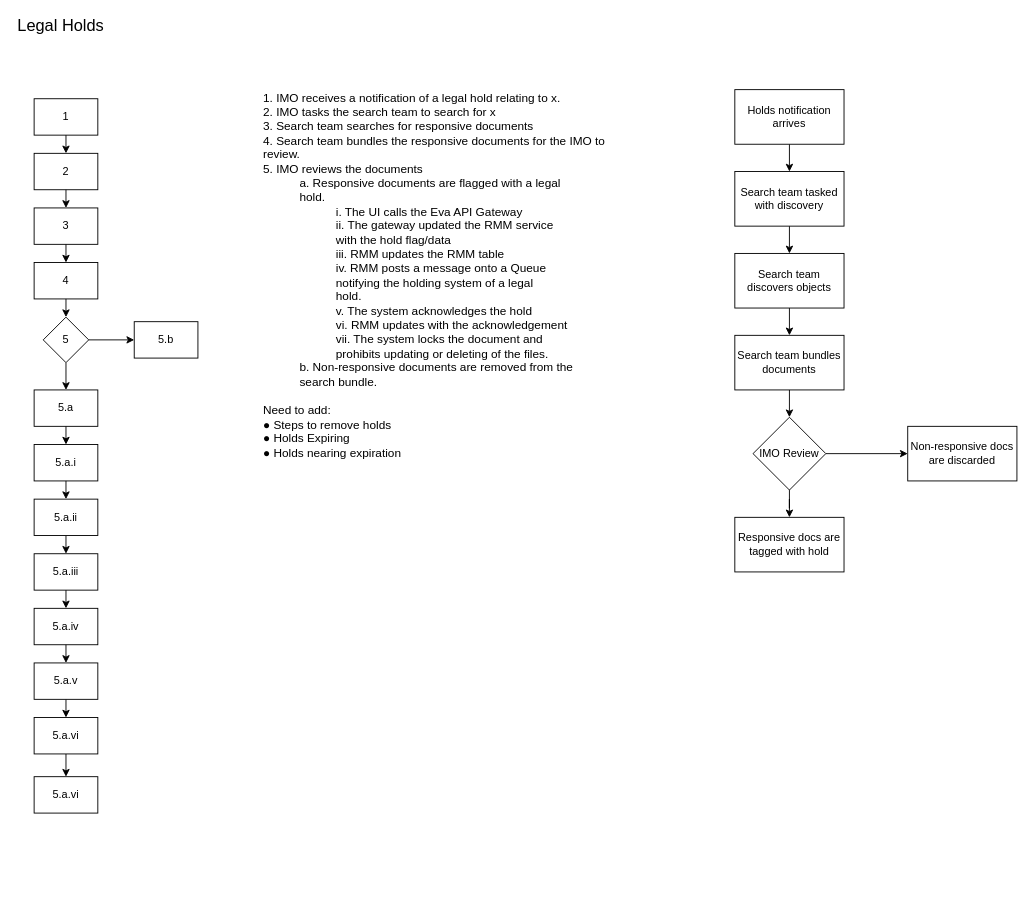
This is page "Holds Workflow" (1 of 3) of Drawings/Holds/Holds.drawio from RMSLowside/rmslow, a draw.io file, before an edit. Source tidied: cells renumbered, new cells numbered last; positions are measured from the earlier drawing's top-left corner, leaving out a move shared by most shapes. Both pictures are drawn from the tidied source at 91%, with x=0, y=0 at pixel (15, 16).
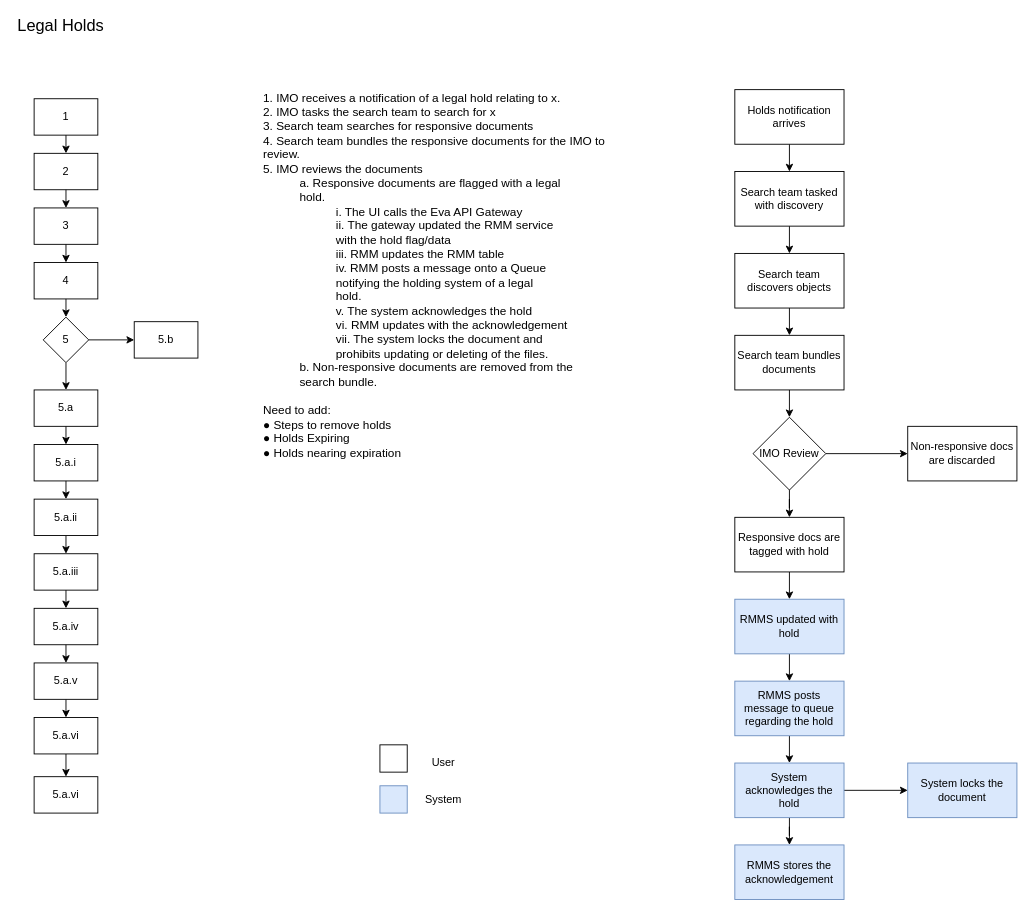
The same diagram, later.

The change refers to these unchanged cells:
```xml
<mxCell id="39" value="Responsive docs are tagged with hold" style="rounded=0;whiteSpace=wrap;html=1;" parent="1" vertex="1">
  <mxGeometry x="790" y="550" width="120" height="60" as="geometry" />
</mxCell>
```

Diff of the diagram source:
```diff
@@
+    <mxCell id="44" style="edgeStyle=orthogonalEdgeStyle;rounded=0;jettySize=auto;html=1;exitX=0.5;exitY=1;exitDx=0;exitDy=0;entryX=0.5;entryY=0;entryDx=0;entryDy=0;" parent="1" edge="1" source="39" target="46">
+      <mxGeometry relative="1" as="geometry" />
+    </mxCell>
@@
+    <mxCell id="45" style="edgeStyle=orthogonalEdgeStyle;rounded=0;jettySize=auto;html=1;exitX=0.5;exitY=1;exitDx=0;exitDy=0;entryX=0.5;entryY=0;entryDx=0;entryDy=0;" parent="1" edge="1" source="46" target="48">
+      <mxGeometry relative="1" as="geometry" />
+    </mxCell>
+    <mxCell id="46" value="RMMS updated with hold" style="rounded=0;whiteSpace=wrap;html=1;fillColor=#dae8fc;strokeColor=#6c8ebf;" parent="1" vertex="1">
+      <mxGeometry x="790" y="640" width="120" height="60" as="geometry" />
+    </mxCell>
+    <mxCell id="47" style="edgeStyle=orthogonalEdgeStyle;rounded=0;jettySize=auto;html=1;exitX=0.5;exitY=1;exitDx=0;exitDy=0;entryX=0.5;entryY=0;entryDx=0;entryDy=0;" parent="1" edge="1" source="48" target="51">
+      <mxGeometry relative="1" as="geometry" />
+    </mxCell>
+    <mxCell id="48" value="RMMS posts message to queue regarding the hold" style="rounded=0;whiteSpace=wrap;html=1;fillColor=#dae8fc;strokeColor=#6c8ebf;" parent="1" vertex="1">
+      <mxGeometry x="790" y="730" width="120" height="60" as="geometry" />
+    </mxCell>
+    <mxCell id="49" style="edgeStyle=orthogonalEdgeStyle;rounded=0;jettySize=auto;html=1;exitX=1;exitY=0.5;exitDx=0;exitDy=0;entryX=0;entryY=0.5;entryDx=0;entryDy=0;" parent="1" edge="1" source="51" target="53">
+      <mxGeometry relative="1" as="geometry" />
+    </mxCell>
+    <mxCell id="50" style="edgeStyle=orthogonalEdgeStyle;rounded=0;jettySize=auto;html=1;exitX=0.5;exitY=1;exitDx=0;exitDy=0;" parent="1" edge="1" source="51" target="52">
+      <mxGeometry relative="1" as="geometry" />
+    </mxCell>
+    <mxCell id="51" value="System acknowledges the hold" style="rounded=0;whiteSpace=wrap;html=1;fillColor=#dae8fc;strokeColor=#6c8ebf;" parent="1" vertex="1">
+      <mxGeometry x="790" y="820" width="120" height="60" as="geometry" />
+    </mxCell>
+    <mxCell id="52" value="RMMS stores the acknowledgement" style="rounded=0;whiteSpace=wrap;html=1;fillColor=#dae8fc;strokeColor=#6c8ebf;" parent="1" vertex="1">
+      <mxGeometry x="790" y="910" width="120" height="60" as="geometry" />
+    </mxCell>
+    <mxCell id="53" value="System locks the document" style="rounded=0;whiteSpace=wrap;html=1;fillColor=#dae8fc;strokeColor=#6c8ebf;" parent="1" vertex="1">
+      <mxGeometry x="980" y="820" width="120" height="60" as="geometry" />
+    </mxCell>
+    <mxCell id="54" style="rounded=0;whiteSpace=wrap;html=1;" parent="1" vertex="1">
+      <mxGeometry x="400" y="800" width="30" height="30" as="geometry" />
+    </mxCell>
+    <mxCell id="55" style="rounded=0;whiteSpace=wrap;html=1;fillColor=#dae8fc;strokeColor=#6c8ebf;" parent="1" vertex="1">
+      <mxGeometry x="400" y="845" width="30" height="30" as="geometry" />
+    </mxCell>
+    <mxCell id="56" value="System" style="text;html=1;strokeColor=none;fillColor=none;align=center;verticalAlign=middle;whiteSpace=wrap;rounded=0;" parent="1" vertex="1">
+      <mxGeometry x="450" y="850" width="40" height="20" as="geometry" />
+    </mxCell>
+    <mxCell id="57" value="User" style="text;html=1;strokeColor=none;fillColor=none;align=center;verticalAlign=middle;whiteSpace=wrap;rounded=0;" parent="1" vertex="1">
+      <mxGeometry x="450" y="810" width="40" height="20" as="geometry" />
+    </mxCell>
```
